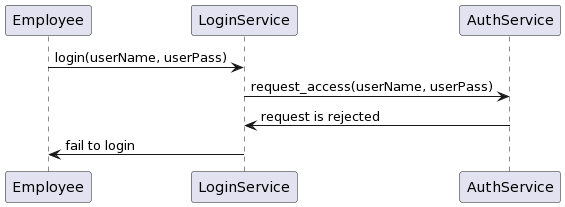
Earlier version of the PlantUML export src/assets/sample-sequence-diagram-00.png (frankng-sg/techy.asia). Source of this version:
```plantuml
@startuml
Employee -> LoginService: login(userName, userPass)
LoginService -> AuthService: request_access(userName, userPass)
AuthService -> LoginService: request is rejected
LoginService -> Employee: fail to login
@enduml
```
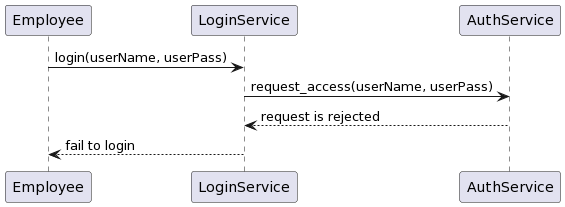
After the commit.

Commit message:
Add remark on how to change arrow style

Change to the diagram source:
```diff
@@ -1,6 +1,6 @@
 @startuml
 Employee -> LoginService: login(userName, userPass)
 LoginService -> AuthService: request_access(userName, userPass)
-AuthService -> LoginService: request is rejected
-LoginService -> Employee: fail to login
+AuthService --> LoginService: request is rejected
+LoginService --> Employee: fail to login
 @enduml
```
